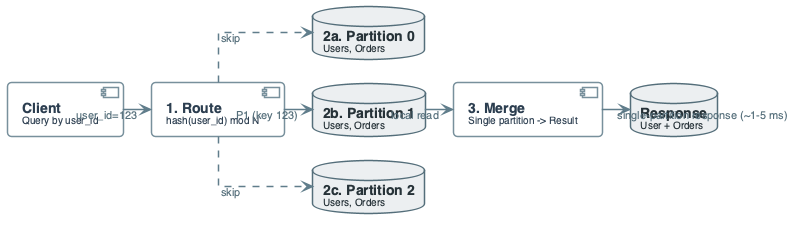
Above: diagrams/week02/week2_lecture_slide24_query_flow.png in OrPerets/data-engineering-course (PlantUML), before the change.
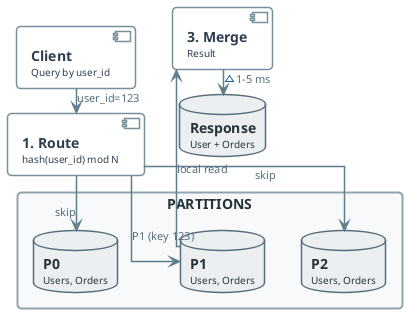
The same diagram one commit later.

Diff of the diagram source:
```diff
@@ -118,23 +118,28 @@
 }
 
 
+
 component "**Client**\n<size:10>Query by user_id</size>" as C
 
 component "**1. Route**\n<size:10>hash(user_id) mod N</size>" as R
 
-database "**2a. Partition 0**\n<size:10>Users, Orders</size>" as P0
-database "**2b. Partition 1**\n<size:10>Users, Orders</size>" as P1
-database "**2c. Partition 2**\n<size:10>Users, Orders</size>" as P2
+rectangle "PARTITIONS" #F8F9FA {
+    database "**P0**\n<size:10>Users, Orders</size>" as P0
+    database "**P1**\n<size:10>Users, Orders</size>" as P1
+    database "**P2**\n<size:10>Users, Orders</size>" as P2
+    P0 -[hidden]down- P1
+    P1 -[hidden]down- P2
+}
 
-component "**3. Merge**\n<size:10>Single partition -> Result</size>" as M
+component "**3. Merge**\n<size:10>Result</size>" as M
 
 database "**Response**\n<size:10>User + Orders</size>" as OUT
 
-C --> R : "user_id=123"
-R --> P1 : "P1 (key 123)"
-R ..> P0 : "skip"
-R ..> P2 : "skip"
-P1 --> M : "local read"
-M --> OUT : "single-partition response (~1-5 ms)"
+C -right-> R : "user_id=123"
+R -right-> P0 : "skip"
+R -right-> P1 : "P1 (key 123)"
+R -right-> P2 : "skip"
+P1 -right-> M : "local read"
+M -right-> OUT : "~1-5 ms"
 
 @enduml
```
